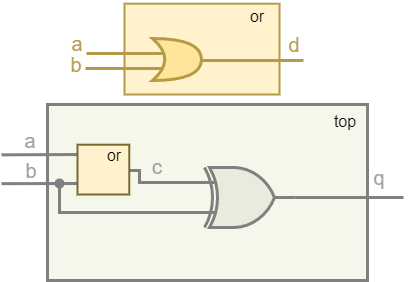
Before: Other/Basic Verilog structures/Pic/modules/fig_10.drawio.png, a diagram exported from draw.io (MPSU/exAPS). Source tidied: cells renumbered, new cells last; positions are measured from the earlier drawing's top-left corner, leaving out a move shared by most shapes.
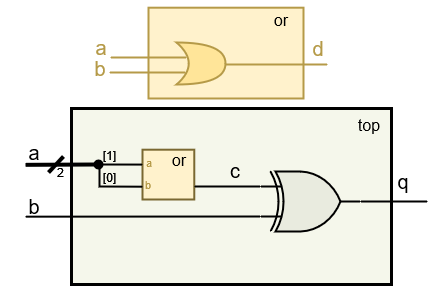
After the commit.

Commit message:
Обновление задания для документа модули

Change to the diagram source:
```diff
@@ -2,110 +2,126 @@
   <root>
     <mxCell id="0" />
     <mxCell id="1" parent="0" />
-    <mxCell id="2" style="rounded=0;whiteSpace=wrap;html=1;strokeColor=#B59A48;strokeWidth=2;fillColor=#fff2cc;" parent="1" vertex="1">
-      <mxGeometry x="124" y="3.2" width="155" height="90.8" as="geometry" />
-    </mxCell>
-    <mxCell id="3" style="rounded=1;whiteSpace=wrap;html=1;strokeWidth=3;strokeColor=#808080;fillColor=#F5F7EB;arcSize=0;" parent="1" vertex="1">
-      <mxGeometry x="47" y="104" width="320" height="176" as="geometry" />
-    </mxCell>
+    <mxCell id="27" style="rounded=0;whiteSpace=wrap;html=1;strokeColor=#B59A48;strokeWidth=2;fillColor=#fff2cc;" parent="1" vertex="1">
+      <mxGeometry x="124" y="3.2" width="155" height="90.8" as="geometry" />
+    </mxCell>
+    <mxCell id="28" style="rounded=1;whiteSpace=wrap;html=1;strokeWidth=3;strokeColor=#000000;fillColor=#F5F7EB;arcSize=0;" parent="1" vertex="1">
+      <mxGeometry x="47" y="104" width="320" height="176" as="geometry" />
+    </mxCell>
     <mxCell id="4" value="&lt;font style=&quot;font-size: 16px;&quot;&gt;top&lt;/font&gt;" style="text;html=1;strokeColor=none;fillColor=none;align=center;verticalAlign=middle;whiteSpace=wrap;rounded=0;" parent="1" vertex="1">
       <mxGeometry x="315" y="106" width="60" height="30" as="geometry" />
     </mxCell>
-    <mxCell id="5" value="&lt;font style=&quot;font-size: 20px;&quot;&gt;a&lt;/font&gt;" style="text;html=1;strokeColor=none;fillColor=none;align=center;verticalAlign=middle;whiteSpace=wrap;rounded=0;fontSize=20;fontColor=#A1A1A1;" parent="1" vertex="1">
-      <mxGeometry y="125" width="60" height="30" as="geometry" />
-    </mxCell>
-    <mxCell id="6" value="&lt;font style=&quot;font-size: 20px;&quot;&gt;b&lt;/font&gt;" style="text;html=1;strokeColor=none;fillColor=none;align=center;verticalAlign=middle;whiteSpace=wrap;rounded=0;fontSize=20;fontColor=#A1A1A1;" parent="1" vertex="1">
-      <mxGeometry x="1" y="155" width="60" height="30" as="geometry" />
-    </mxCell>
+    <mxCell id="29" value="&lt;font style=&quot;font-size: 20px;&quot;&gt;a&lt;/font&gt;" style="text;html=1;strokeColor=none;fillColor=none;align=center;verticalAlign=middle;whiteSpace=wrap;rounded=0;fontSize=20;fontColor=#000000;" parent="1" vertex="1">
+      <mxGeometry x="1" y="133" width="18" height="30" as="geometry" />
+    </mxCell>
+    <mxCell id="30" value="&lt;font style=&quot;font-size: 20px;&quot;&gt;b&lt;/font&gt;" style="text;html=1;strokeColor=none;fillColor=none;align=center;verticalAlign=middle;whiteSpace=wrap;rounded=0;fontSize=20;fontColor=#000000;" parent="1" vertex="1">
+      <mxGeometry x="-20" y="187" width="60" height="30" as="geometry" />
+    </mxCell>
-    <mxCell id="7" value="&lt;font style=&quot;font-size: 20px;&quot;&gt;q&lt;/font&gt;" style="text;html=1;strokeColor=none;fillColor=none;align=center;verticalAlign=middle;whiteSpace=wrap;rounded=0;fontSize=20;fontColor=#A1A1A1;" parent="1" vertex="1">
+    <mxCell id="7" value="&lt;font style=&quot;font-size: 20px;&quot;&gt;q&lt;/font&gt;" style="text;html=1;strokeColor=none;fillColor=none;align=center;verticalAlign=middle;whiteSpace=wrap;rounded=0;fontSize=20;fontColor=#000000;" parent="1" vertex="1">
       <mxGeometry x="349" y="162" width="60" height="30" as="geometry" />
     </mxCell>
-    <mxCell id="8" style="endArrow=none;html=1;rounded=0;strokeColor=#808080;strokeWidth=3;fontSize=16;entryX=0.002;entryY=0.248;entryDx=0;entryDy=0;entryPerimeter=0;edgeStyle=orthogonalEdgeStyle;exitX=1;exitY=0.5;exitDx=0;exitDy=0;exitPerimeter=0;" parent="1" edge="1">
-      <mxGeometry relative="1" as="geometry">
-        <mxPoint x="128" y="170" as="sourcePoint" />
-        <mxPoint x="198.6" y="183.1" as="targetPoint" />
-        <Array as="points">
-          <mxPoint x="139" y="170" />
-          <mxPoint x="139" y="182" />
-          <mxPoint x="199" y="182" />
-        </Array>
-      </mxGeometry>
-    </mxCell>
-    <mxCell id="9" style="edgeStyle=orthogonalEdgeStyle;rounded=0;jettySize=auto;html=1;exitX=0;exitY=0.75;exitDx=0;exitDy=0;exitPerimeter=0;entryX=0.528;entryY=0.633;entryDx=0;entryDy=0;entryPerimeter=0;strokeColor=#808080;strokeWidth=3;fontSize=20;fontColor=#A1A1A1;endArrow=none;endFill=0;" parent="1" edge="1" target="10">
-      <mxGeometry relative="1" as="geometry">
-        <mxPoint x="198" y="212.1" as="sourcePoint" />
-        <Array as="points">
-          <mxPoint x="59" y="212" />
-        </Array>
-      </mxGeometry>
-    </mxCell>
-    <mxCell id="10" style="shape=waypoint;sketch=0;size=6;points=[];fillColor=none;perimeter=centerPerimeter;snapToPoint=1;strokeColor=#808080;strokeWidth=3;fontSize=20;fontColor=#A1A1A1;" parent="1" vertex="1">
-      <mxGeometry x="49" y="173" width="20" height="20" as="geometry" />
-    </mxCell>
-    <mxCell id="11" style="endArrow=none;html=1;rounded=0;strokeColor=#808080;strokeWidth=3;fontSize=16;entryX=0.137;entryY=0.16;entryDx=0;entryDy=0;entryPerimeter=0;" parent="1" edge="1">
-      <mxGeometry relative="1" as="geometry">
-        <mxPoint x="1" y="154.3" as="sourcePoint" />
-        <mxPoint x="85.8" y="154" as="targetPoint" />
-      </mxGeometry>
-    </mxCell>
-    <mxCell id="12" style="endArrow=none;html=1;rounded=0;strokeColor=#808080;strokeWidth=3;fontSize=16;" parent="1" edge="1">
-      <mxGeometry relative="1" as="geometry">
-        <mxPoint x="1" y="183.2" as="sourcePoint" />
-        <mxPoint x="87" y="183" as="targetPoint" />
-      </mxGeometry>
-    </mxCell>
-    <mxCell id="13" style="group;" parent="1" vertex="1">
-      <mxGeometry x="77" y="139" width="63" height="55" as="geometry" />
-    </mxCell>
+    <mxCell id="31" style="endArrow=oval;html=1;rounded=0;strokeColor=#000000;strokeWidth=4;fontSize=16;endFill=1;" parent="1" edge="1">
+      <mxGeometry relative="1" as="geometry">
+        <mxPoint x="1" y="160.3" as="sourcePoint" />
+        <mxPoint x="74" y="160" as="targetPoint" />
+      </mxGeometry>
+    </mxCell>
+    <mxCell id="32" style="endArrow=none;html=1;rounded=0;strokeColor=#000000;strokeWidth=2;fontSize=16;entryX=0;entryY=0.75;entryDx=0;entryDy=0;entryPerimeter=0;" parent="1" edge="1" target="40">
+      <mxGeometry relative="1" as="geometry">
+        <mxPoint x="1" y="212.2" as="sourcePoint" />
+      </mxGeometry>
+    </mxCell>
+    <mxCell id="33" style="group;" parent="1" vertex="1">
+      <mxGeometry x="118" y="140" width="63" height="55" as="geometry" />
+    </mxCell>
-    <mxCell id="14" style="rounded=0;whiteSpace=wrap;html=1;strokeColor=#7A6831;strokeWidth=2;fillColor=#fff2cc;" parent="13" vertex="1">
+    <mxCell id="14" style="rounded=0;whiteSpace=wrap;html=1;strokeColor=#7A6831;strokeWidth=2;fillColor=#fff2cc;" parent="33" vertex="1">
       <mxGeometry y="5.2" width="51.8" height="49.8" as="geometry" />
     </mxCell>
-    <mxCell id="15" value="&lt;font style=&quot;font-size: 16px;&quot;&gt;or&lt;/font&gt;" style="text;html=1;strokeColor=none;fillColor=none;align=center;verticalAlign=middle;whiteSpace=wrap;rounded=0;" parent="13" vertex="1">
+    <mxCell id="15" value="&lt;font style=&quot;font-size: 16px;&quot;&gt;or&lt;/font&gt;" style="text;html=1;strokeColor=none;fillColor=none;align=center;verticalAlign=middle;whiteSpace=wrap;rounded=0;" parent="33" vertex="1">
       <mxGeometry x="11.2" width="51.8" height="31.1" as="geometry" />
     </mxCell>
+    <mxCell id="34" value="&lt;font style=&quot;font-size: 11px;&quot; color=&quot;#b59a48&quot;&gt;a&lt;/font&gt;" style="text;html=1;strokeColor=none;fillColor=none;align=center;verticalAlign=middle;whiteSpace=wrap;rounded=0;fontSize=11;fontColor=#A1A1A1;" parent="33" vertex="1">
+      <mxGeometry x="1" y="13" width="12" height="9" as="geometry" />
+    </mxCell>
+    <mxCell id="35" value="&lt;font color=&quot;#b59a48&quot;&gt;b&lt;/font&gt;" style="text;html=1;strokeColor=none;fillColor=none;align=center;verticalAlign=middle;whiteSpace=wrap;rounded=0;fontSize=11;fontColor=#A1A1A1;" parent="33" vertex="1">
+      <mxGeometry y="35" width="12" height="9" as="geometry" />
+    </mxCell>
     <mxCell id="16" value="&lt;span style=&quot;font-size: 16px;&quot;&gt;or&lt;/span&gt;" style="text;html=1;strokeColor=none;fillColor=none;align=center;verticalAlign=middle;whiteSpace=wrap;rounded=0;" parent="1" vertex="1">
       <mxGeometry x="231" width="51.8" height="31.1" as="geometry" />
     </mxCell>
-    <mxCell id="17" style="endArrow=none;html=1;rounded=0;strokeColor=#B59A48;strokeWidth=3;fontSize=16;entryX=0;entryY=0.5;entryDx=0;entryDy=0;" parent="1" edge="1">
-      <mxGeometry relative="1" as="geometry">
-        <mxPoint x="86" y="53" as="sourcePoint" />
-        <mxPoint x="162" y="53" as="targetPoint" />
-      </mxGeometry>
-    </mxCell>
-    <mxCell id="18" style="endArrow=none;html=1;rounded=0;strokeColor=#B59A48;strokeWidth=3;fontSize=16;" parent="1" edge="1">
-      <mxGeometry relative="1" as="geometry">
-        <mxPoint x="201" y="60" as="sourcePoint" />
-        <mxPoint x="303" y="60" as="targetPoint" />
-      </mxGeometry>
-    </mxCell>
+    <mxCell id="36" style="endArrow=none;html=1;rounded=0;strokeColor=#B59A48;strokeWidth=2;fontSize=16;entryX=0;entryY=0.5;entryDx=0;entryDy=0;" parent="1" edge="1">
+      <mxGeometry relative="1" as="geometry">
+        <mxPoint x="86" y="53" as="sourcePoint" />
+        <mxPoint x="162" y="53" as="targetPoint" />
+      </mxGeometry>
+    </mxCell>
+    <mxCell id="37" style="endArrow=none;html=1;rounded=0;strokeColor=#B59A48;strokeWidth=2;fontSize=16;" parent="1" edge="1">
+      <mxGeometry relative="1" as="geometry">
+        <mxPoint x="201" y="60" as="sourcePoint" />
+        <mxPoint x="303" y="60" as="targetPoint" />
+      </mxGeometry>
+    </mxCell>
     <mxCell id="19" value="&lt;font color=&quot;#b59a48&quot; style=&quot;font-size: 20px;&quot;&gt;a&lt;/font&gt;" style="text;html=1;strokeColor=none;fillColor=none;align=center;verticalAlign=middle;whiteSpace=wrap;rounded=0;fontSize=20;fontColor=#A1A1A1;" parent="1" vertex="1">
       <mxGeometry x="47" y="28" width="60" height="30" as="geometry" />
     </mxCell>
     <mxCell id="20" value="&lt;font color=&quot;#b59a48&quot; style=&quot;font-size: 20px;&quot;&gt;d&lt;/font&gt;" style="text;html=1;strokeColor=none;fillColor=none;align=center;verticalAlign=middle;whiteSpace=wrap;rounded=0;fontSize=20;fontColor=#A1A1A1;" parent="1" vertex="1">
       <mxGeometry x="264" y="29" width="60" height="30" as="geometry" />
     </mxCell>
-    <mxCell id="21" value="&lt;font style=&quot;font-size: 20px;&quot;&gt;c&lt;/font&gt;" style="text;html=1;strokeColor=none;fillColor=none;align=center;verticalAlign=middle;whiteSpace=wrap;rounded=0;fontSize=20;fontColor=#A1A1A1;" parent="1" vertex="1">
-      <mxGeometry x="127" y="151" width="60" height="30" as="geometry" />
+    <mxCell id="21" value="&lt;font style=&quot;font-size: 20px;&quot;&gt;c&lt;/font&gt;" style="text;html=1;strokeColor=none;fillColor=none;align=center;verticalAlign=middle;whiteSpace=wrap;rounded=0;fontSize=20;fontColor=#000000;" parent="1" vertex="1">
+      <mxGeometry x="181" y="151" width="60" height="30" as="geometry" />
     </mxCell>
-    <mxCell id="22" style="shape=xor;whiteSpace=wrap;html=1;strokeColor=#B59A48;strokeWidth=3;fontColor=#B59A48;fillColor=#FFE599;" parent="1" vertex="1">
-      <mxGeometry x="152" y="38" width="49" height="42" as="geometry" />
-    </mxCell>
-    <mxCell id="23" style="endArrow=none;html=1;rounded=0;strokeColor=#B59A48;strokeWidth=3;fontSize=16;entryX=0;entryY=0.5;entryDx=0;entryDy=0;" parent="1" edge="1">
-      <mxGeometry relative="1" as="geometry">
-        <mxPoint x="85" y="68" as="sourcePoint" />
-        <mxPoint x="161" y="68" as="targetPoint" />
-      </mxGeometry>
-    </mxCell>
+    <mxCell id="38" style="shape=xor;whiteSpace=wrap;html=1;strokeColor=#B59A48;strokeWidth=2;fontColor=#B59A48;fillColor=#FFE599;" parent="1" vertex="1">
+      <mxGeometry x="152" y="38" width="49" height="42" as="geometry" />
+    </mxCell>
+    <mxCell id="39" style="endArrow=none;html=1;rounded=0;strokeColor=#B59A48;strokeWidth=2;fontSize=16;entryX=0;entryY=0.5;entryDx=0;entryDy=0;" parent="1" edge="1">
+      <mxGeometry relative="1" as="geometry">
+        <mxPoint x="85" y="68" as="sourcePoint" />
+        <mxPoint x="161" y="68" as="targetPoint" />
+      </mxGeometry>
+    </mxCell>
     <mxCell id="24" value="&lt;font color=&quot;#b59a48&quot; style=&quot;font-size: 20px;&quot;&gt;b&lt;/font&gt;" style="text;html=1;strokeColor=none;fillColor=none;align=center;verticalAlign=middle;whiteSpace=wrap;rounded=0;fontSize=20;fontColor=#A1A1A1;" parent="1" vertex="1">
       <mxGeometry x="46" y="49" width="60" height="30" as="geometry" />
     </mxCell>
-    <mxCell id="25" style="verticalLabelPosition=bottom;shadow=0;dashed=0;align=center;html=1;verticalAlign=top;shape=mxgraph.electrical.logic_gates.logic_gate;operation=xor;strokeColor=#808080;strokeWidth=3;fontColor=#B59A48;fillColor=#E9EBDF;" parent="1" vertex="1">
-      <mxGeometry x="194" y="167" width="100" height="60" as="geometry" />
-    </mxCell>
-    <mxCell id="26" style="rounded=0;jettySize=auto;html=1;entryX=1;entryY=0.5;entryDx=0;entryDy=0;entryPerimeter=0;strokeColor=#808080;strokeWidth=3;fontSize=20;fontColor=#A1A1A1;endArrow=none;endFill=0;" parent="1" edge="1" target="25">
-      <mxGeometry relative="1" as="geometry">
-        <mxPoint x="403" y="197" as="sourcePoint" />
-      </mxGeometry>
-    </mxCell>
+    <mxCell id="40" style="verticalLabelPosition=bottom;shadow=0;dashed=0;align=center;html=1;verticalAlign=top;shape=mxgraph.electrical.logic_gates.logic_gate;operation=xor;strokeColor=#000000;strokeWidth=2;fontColor=#B59A48;fillColor=#E9EBDF;" parent="1" vertex="1">
+      <mxGeometry x="236" y="167" width="100" height="60" as="geometry" />
+    </mxCell>
+    <mxCell id="41" style="rounded=0;jettySize=auto;html=1;entryX=1;entryY=0.5;entryDx=0;entryDy=0;entryPerimeter=0;strokeColor=#000000;strokeWidth=2;fontSize=20;fontColor=#A1A1A1;endArrow=none;endFill=0;" parent="1" edge="1" target="40">
+      <mxGeometry relative="1" as="geometry">
+        <mxPoint x="403" y="197" as="sourcePoint" />
+      </mxGeometry>
+    </mxCell>
+    <mxCell id="42" style="endArrow=none;html=1;rounded=0;strokeWidth=4;" parent="1" edge="1">
+      <mxGeometry relative="1" as="geometry">
+        <mxPoint x="39" y="152" as="sourcePoint" />
+        <mxPoint x="24" y="168" as="targetPoint" />
+      </mxGeometry>
+    </mxCell>
+    <mxCell id="43" value="2" style="text;html=1;strokeColor=none;fillColor=none;align=center;verticalAlign=middle;whiteSpace=wrap;rounded=0;" parent="1" vertex="1">
+      <mxGeometry x="31" y="162" width="11" height="12" as="geometry" />
+    </mxCell>
+    <mxCell id="44" style="endArrow=none;html=1;rounded=0;entryX=-0.001;entryY=0.743;entryDx=0;entryDy=0;entryPerimeter=0;strokeWidth=2;" parent="1" edge="1" target="14">
+      <mxGeometry relative="1" as="geometry">
+        <mxPoint x="75" y="160" as="sourcePoint" />
+        <Array as="points">
+          <mxPoint x="75" y="182" />
+        </Array>
+      </mxGeometry>
+    </mxCell>
+    <mxCell id="45" style="endArrow=none;html=1;rounded=0;entryX=-0.002;entryY=0.299;entryDx=0;entryDy=0;entryPerimeter=0;strokeWidth=2;" parent="1" edge="1" target="14">
+      <mxGeometry relative="1" as="geometry">
+        <mxPoint x="73" y="160" as="sourcePoint" />
+      </mxGeometry>
+    </mxCell>
+    <mxCell id="46" value="[0]" style="text;html=1;strokeColor=none;fillColor=none;align=center;verticalAlign=middle;whiteSpace=wrap;rounded=0;" parent="1" vertex="1">
+      <mxGeometry x="80" y="167" width="11" height="12" as="geometry" />
+    </mxCell>
+    <mxCell id="47" value="[1]" style="text;html=1;strokeColor=none;fillColor=none;align=center;verticalAlign=middle;whiteSpace=wrap;rounded=0;" parent="1" vertex="1">
+      <mxGeometry x="80" y="145" width="11" height="12" as="geometry" />
+    </mxCell>
+    <mxCell id="48" style="endArrow=none;html=1;rounded=0;entryX=0;entryY=0.25;entryDx=0;entryDy=0;entryPerimeter=0;strokeWidth=2;" parent="1" edge="1" target="40">
+      <mxGeometry relative="1" as="geometry">
+        <mxPoint x="170" y="182" as="sourcePoint" />
+      </mxGeometry>
+    </mxCell>
   </root>
 </mxGraphModel>
```
